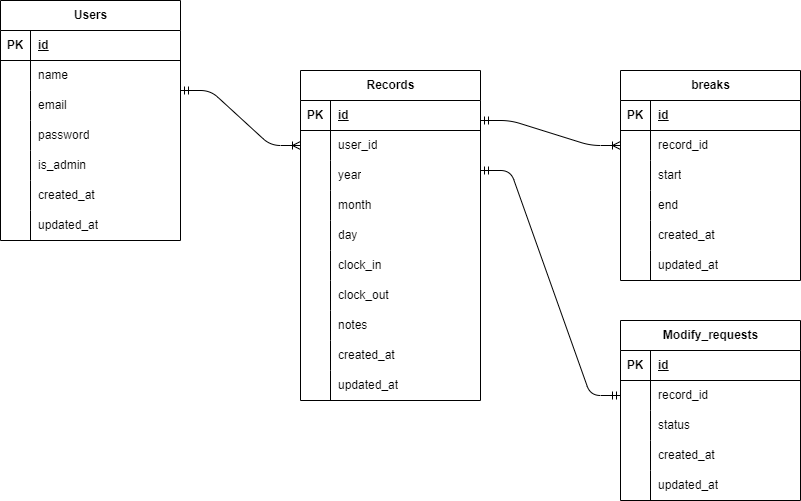
s-kiso/time-clock-system keeps this draw.io diagram as er.drawio.png. Above is the earlier version. Source tidied: cells renumbered, new cells last; positions are measured from the earlier drawing's top-left corner, leaving out a move shared by most shapes.
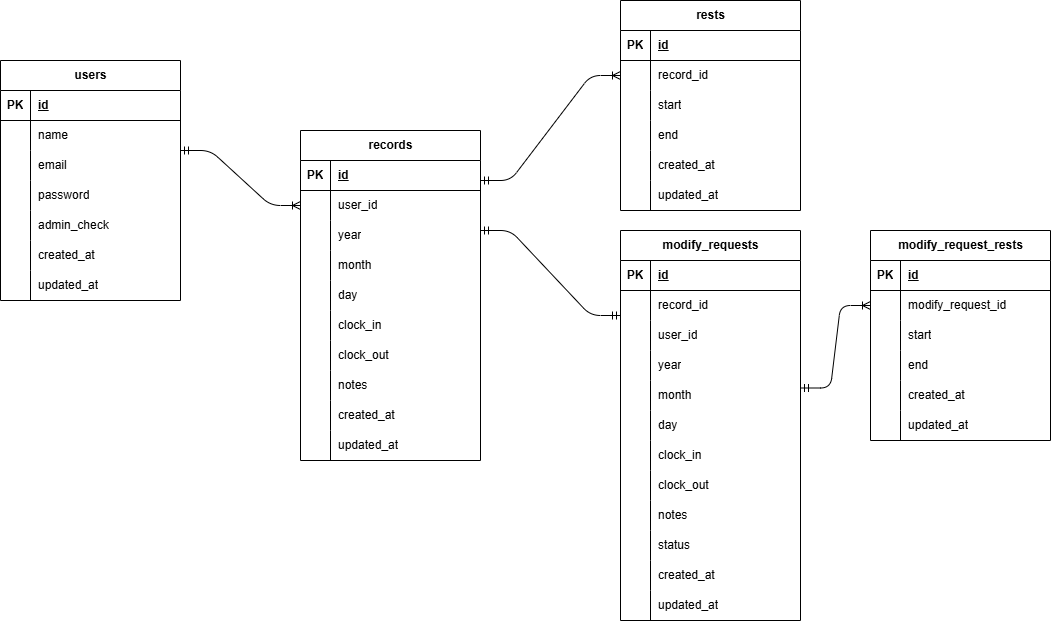
Above is the later version.

Commit message:
er図の更新、コード整理

What changed in the source:
```diff
@@ -2,7 +2,7 @@
   <root>
     <mxCell id="0" />
     <mxCell id="1" parent="0" />
-    <mxCell id="2" value="Users" style="shape=table;startSize=30;rowLines=0;fontStyle=1;align=center;html=1;" parent="1" vertex="1">
+    <mxCell id="2" value="users" style="shape=table;startSize=30;rowLines=0;fontStyle=1;align=center;html=1;" parent="1" vertex="1">
       <mxGeometry width="180" height="240" as="geometry" />
     </mxCell>
     <mxCell id="3" style="shape=tableRow;horizontal=0;startSize=0;swimlaneHead=0;swimlaneBody=0;fillColor=none;top=0;left=0;right=0;bottom=1;" parent="2" vertex="1">
@@ -47,7 +47,7 @@
     <mxCell id="16" style="shape=partialRectangle;fillColor=none;top=0;left=0;bottom=0;right=0;overflow=hidden;whiteSpace=wrap;html=1;" parent="15" vertex="1">
       <mxGeometry width="30" height="30" as="geometry" />
     </mxCell>
-    <mxCell id="17" value="is_admin" style="shape=partialRectangle;fillColor=none;top=0;left=0;bottom=0;right=0;align=left;spacingLeft=6;overflow=hidden;whiteSpace=wrap;html=1;" parent="15" vertex="1">
+    <mxCell id="17" value="admin_check" style="shape=partialRectangle;fillColor=none;top=0;left=0;bottom=0;right=0;align=left;spacingLeft=6;overflow=hidden;whiteSpace=wrap;html=1;" parent="15" vertex="1">
       <mxGeometry x="30" width="150" height="30" as="geometry" />
     </mxCell>
     <mxCell id="18" style="shape=tableRow;horizontal=0;startSize=0;swimlaneHead=0;swimlaneBody=0;fillColor=none;top=0;left=0;right=0;bottom=0;" parent="2" vertex="1">
@@ -68,7 +68,7 @@
     <mxCell id="23" value="updated_at" style="shape=partialRectangle;fillColor=none;top=0;left=0;bottom=0;right=0;align=left;spacingLeft=6;overflow=hidden;whiteSpace=wrap;html=1;" parent="21" vertex="1">
       <mxGeometry x="30" width="150" height="30" as="geometry" />
     </mxCell>
-    <mxCell id="24" value="Records" style="shape=table;startSize=30;rowLines=0;fontStyle=1;align=center;html=1;" parent="1" vertex="1">
+    <mxCell id="24" value="r&lt;span style=&quot;background-color: transparent;&quot;&gt;ecords&lt;/span&gt;" style="shape=table;startSize=30;rowLines=0;fontStyle=1;align=center;html=1;" parent="1" vertex="1">
       <mxGeometry x="300" y="70" width="180" height="330" as="geometry" />
     </mxCell>
     <mxCell id="25" style="shape=tableRow;horizontal=0;startSize=0;swimlaneHead=0;swimlaneBody=0;fillColor=none;top=0;left=0;right=0;bottom=1;" parent="24" vertex="1">
@@ -161,8 +161,8 @@
     <mxCell id="54" value="updated_at" style="shape=partialRectangle;fillColor=none;top=0;left=0;bottom=0;right=0;align=left;spacingLeft=6;overflow=hidden;whiteSpace=wrap;html=1;" parent="52" vertex="1">
       <mxGeometry x="30" width="150" height="30" as="geometry" />
     </mxCell>
-    <mxCell id="55" value="breaks" style="shape=table;startSize=30;rowLines=0;fontStyle=1;align=center;html=1;" parent="1" vertex="1">
-      <mxGeometry x="620" y="70" width="180" height="210" as="geometry" />
+    <mxCell id="55" value="rests" style="shape=table;startSize=30;rowLines=0;fontStyle=1;align=center;html=1;" parent="1" vertex="1">
+      <mxGeometry x="620" y="-60" width="180" height="210" as="geometry" />
     </mxCell>
     <mxCell id="56" style="shape=tableRow;horizontal=0;startSize=0;swimlaneHead=0;swimlaneBody=0;fillColor=none;top=0;left=0;right=0;bottom=1;" parent="55" vertex="1">
       <mxGeometry y="30" width="180" height="30" as="geometry" />
@@ -218,54 +218,6 @@
     <mxCell id="73" value="updated_at" style="shape=partialRectangle;fillColor=none;top=0;left=0;bottom=0;right=0;align=left;spacingLeft=6;overflow=hidden;whiteSpace=wrap;html=1;" parent="71" vertex="1">
       <mxGeometry x="30" width="150" height="30" as="geometry" />
     </mxCell>
-    <mxCell id="74" value="Modify_requests" style="shape=table;startSize=30;rowLines=0;fontStyle=1;align=center;html=1;" parent="1" vertex="1">
-      <mxGeometry x="620" y="320" width="180" height="180" as="geometry" />
-    </mxCell>
-    <mxCell id="75" style="shape=tableRow;horizontal=0;startSize=0;swimlaneHead=0;swimlaneBody=0;fillColor=none;top=0;left=0;right=0;bottom=1;" parent="74" vertex="1">
-      <mxGeometry y="30" width="180" height="30" as="geometry" />
-    </mxCell>
-    <mxCell id="76" value="PK" style="shape=partialRectangle;fillColor=none;top=0;left=0;bottom=0;right=0;fontStyle=1;overflow=hidden;whiteSpace=wrap;html=1;" parent="75" vertex="1">
-      <mxGeometry width="30" height="30" as="geometry" />
-    </mxCell>
-    <mxCell id="77" value="id" style="shape=partialRectangle;fillColor=none;top=0;left=0;bottom=0;right=0;align=left;spacingLeft=6;fontStyle=5;overflow=hidden;whiteSpace=wrap;html=1;" parent="75" vertex="1">
-      <mxGeometry x="30" width="150" height="30" as="geometry" />
-    </mxCell>
-    <mxCell id="78" style="shape=tableRow;horizontal=0;startSize=0;swimlaneHead=0;swimlaneBody=0;fillColor=none;points=[[0,0.5],[1,0.5]];portConstraint=eastwest;top=0;left=0;right=0;bottom=0;" parent="74" vertex="1">
-      <mxGeometry y="60" width="180" height="30" as="geometry" />
-    </mxCell>
-    <mxCell id="79" style="shape=partialRectangle;fillColor=none;top=0;left=0;bottom=0;right=0;overflow=hidden;whiteSpace=wrap;html=1;" parent="78" vertex="1">
-      <mxGeometry width="30" height="30" as="geometry" />
-    </mxCell>
-    <mxCell id="80" value="record_id" style="shape=partialRectangle;fillColor=none;top=0;left=0;bottom=0;right=0;align=left;spacingLeft=6;overflow=hidden;whiteSpace=wrap;html=1;" parent="78" vertex="1">
-      <mxGeometry x="30" width="150" height="30" as="geometry" />
-    </mxCell>
-    <mxCell id="81" style="shape=tableRow;horizontal=0;startSize=0;swimlaneHead=0;swimlaneBody=0;fillColor=none;top=0;left=0;right=0;bottom=0;" parent="74" vertex="1">
-      <mxGeometry y="90" width="180" height="30" as="geometry" />
-    </mxCell>
-    <mxCell id="82" style="shape=partialRectangle;fillColor=none;top=0;left=0;bottom=0;right=0;overflow=hidden;whiteSpace=wrap;html=1;" parent="81" vertex="1">
-      <mxGeometry width="30" height="30" as="geometry" />
-    </mxCell>
-    <mxCell id="83" value="status" style="shape=partialRectangle;fillColor=none;top=0;left=0;bottom=0;right=0;align=left;spacingLeft=6;overflow=hidden;whiteSpace=wrap;html=1;" parent="81" vertex="1">
-      <mxGeometry x="30" width="150" height="30" as="geometry" />
-    </mxCell>
-    <mxCell id="84" style="shape=tableRow;horizontal=0;startSize=0;swimlaneHead=0;swimlaneBody=0;fillColor=none;top=0;left=0;right=0;bottom=0;" parent="74" vertex="1">
-      <mxGeometry y="120" width="180" height="30" as="geometry" />
-    </mxCell>
-    <mxCell id="85" style="shape=partialRectangle;fillColor=none;top=0;left=0;bottom=0;right=0;overflow=hidden;whiteSpace=wrap;html=1;" parent="84" vertex="1">
-      <mxGeometry width="30" height="30" as="geometry" />
-    </mxCell>
-    <mxCell id="86" value="created_at" style="shape=partialRectangle;fillColor=none;top=0;left=0;bottom=0;right=0;align=left;spacingLeft=6;overflow=hidden;whiteSpace=wrap;html=1;" parent="84" vertex="1">
-      <mxGeometry x="30" width="150" height="30" as="geometry" />
-    </mxCell>
-    <mxCell id="87" style="shape=tableRow;horizontal=0;startSize=0;swimlaneHead=0;swimlaneBody=0;fillColor=none;top=0;left=0;right=0;bottom=0;" parent="74" vertex="1">
-      <mxGeometry y="150" width="180" height="30" as="geometry" />
-    </mxCell>
-    <mxCell id="88" style="shape=partialRectangle;fillColor=none;top=0;left=0;bottom=0;right=0;overflow=hidden;whiteSpace=wrap;html=1;" parent="87" vertex="1">
-      <mxGeometry width="30" height="30" as="geometry" />
-    </mxCell>
-    <mxCell id="89" value="updated_at" style="shape=partialRectangle;fillColor=none;top=0;left=0;bottom=0;right=0;align=left;spacingLeft=6;overflow=hidden;whiteSpace=wrap;html=1;" parent="87" vertex="1">
-      <mxGeometry x="30" width="150" height="30" as="geometry" />
-    </mxCell>
     <mxCell id="90" style="edgeStyle=entityRelationEdgeStyle;fontSize=12;html=1;endArrow=ERoneToMany;startArrow=ERmandOne;entryX=0;entryY=0.5;entryDx=0;entryDy=0;" parent="1" edge="1" target="28">
       <mxGeometry relative="1" as="geometry">
         <mxPoint x="180" y="90" as="sourcePoint" />
@@ -276,10 +228,184 @@
         <mxPoint x="480" y="120" as="sourcePoint" />
       </mxGeometry>
     </mxCell>
-    <mxCell id="92" style="edgeStyle=entityRelationEdgeStyle;fontSize=12;html=1;endArrow=ERmandOne;startArrow=ERmandOne;entryX=0;entryY=0.5;entryDx=0;entryDy=0;" parent="1" edge="1" target="78">
+    <mxCell id="92" style="edgeStyle=entityRelationEdgeStyle;fontSize=12;html=1;endArrow=ERmandOne;startArrow=ERmandOne;entryX=0;entryY=0.5;entryDx=0;entryDy=0;" parent="1" edge="1">
       <mxGeometry relative="1" as="geometry">
         <mxPoint x="480" y="170" as="sourcePoint" />
+        <mxPoint x="620" y="255" as="targetPoint" />
       </mxGeometry>
     </mxCell>
+    <mxCell id="93" value="modify_requests" style="shape=table;startSize=30;rowLines=0;fontStyle=1;align=center;html=1;" parent="1" vertex="1">
+      <mxGeometry x="620" y="170" width="180" height="390" as="geometry" />
+    </mxCell>
+    <mxCell id="94" style="shape=tableRow;horizontal=0;startSize=0;swimlaneHead=0;swimlaneBody=0;fillColor=none;top=0;left=0;right=0;bottom=1;" parent="93" vertex="1">
+      <mxGeometry y="30" width="180" height="30" as="geometry" />
+    </mxCell>
+    <mxCell id="95" value="PK" style="shape=partialRectangle;fillColor=none;top=0;left=0;bottom=0;right=0;fontStyle=1;overflow=hidden;whiteSpace=wrap;html=1;" parent="94" vertex="1">
+      <mxGeometry width="30" height="30" as="geometry" />
+    </mxCell>
+    <mxCell id="96" value="id" style="shape=partialRectangle;fillColor=none;top=0;left=0;bottom=0;right=0;align=left;spacingLeft=6;fontStyle=5;overflow=hidden;whiteSpace=wrap;html=1;" parent="94" vertex="1">
+      <mxGeometry x="30" width="150" height="30" as="geometry" />
+    </mxCell>
+    <mxCell id="97" style="shape=tableRow;horizontal=0;startSize=0;swimlaneHead=0;swimlaneBody=0;fillColor=none;top=0;left=0;right=0;bottom=0;" parent="93" vertex="1">
+      <mxGeometry y="60" width="180" height="30" as="geometry" />
+    </mxCell>
+    <mxCell id="98" style="shape=partialRectangle;fillColor=none;top=0;left=0;bottom=0;right=0;overflow=hidden;whiteSpace=wrap;html=1;" parent="97" vertex="1">
+      <mxGeometry width="30" height="30" as="geometry" />
+    </mxCell>
+    <mxCell id="80" value="record_id" style="shape=partialRectangle;fillColor=none;top=0;left=0;bottom=0;right=0;align=left;spacingLeft=6;overflow=hidden;whiteSpace=wrap;html=1;" parent="97" vertex="1">
+      <mxGeometry x="30" width="150" height="30" as="geometry" />
+    </mxCell>
+    <mxCell id="99" style="shape=tableRow;horizontal=0;startSize=0;swimlaneHead=0;swimlaneBody=0;fillColor=none;top=0;left=0;right=0;bottom=0;" parent="93" vertex="1">
+      <mxGeometry y="90" width="180" height="30" as="geometry" />
+    </mxCell>
+    <mxCell id="100" style="shape=partialRectangle;fillColor=none;top=0;left=0;bottom=0;right=0;overflow=hidden;whiteSpace=wrap;html=1;" parent="99" vertex="1">
+      <mxGeometry width="30" height="30" as="geometry" />
+    </mxCell>
+    <mxCell id="101" value="user_id" style="shape=partialRectangle;fillColor=none;top=0;left=0;bottom=0;right=0;align=left;spacingLeft=6;overflow=hidden;whiteSpace=wrap;html=1;" parent="99" vertex="1">
+      <mxGeometry x="30" width="150" height="30" as="geometry" />
+    </mxCell>
+    <mxCell id="102" style="shape=tableRow;horizontal=0;startSize=0;swimlaneHead=0;swimlaneBody=0;fillColor=none;top=0;left=0;right=0;bottom=0;" parent="93" vertex="1">
+      <mxGeometry y="120" width="180" height="30" as="geometry" />
+    </mxCell>
+    <mxCell id="103" style="shape=partialRectangle;fillColor=none;top=0;left=0;bottom=0;right=0;overflow=hidden;whiteSpace=wrap;html=1;" parent="102" vertex="1">
+      <mxGeometry width="30" height="30" as="geometry" />
+    </mxCell>
+    <mxCell id="104" value="year" style="shape=partialRectangle;fillColor=none;top=0;left=0;bottom=0;right=0;align=left;spacingLeft=6;overflow=hidden;whiteSpace=wrap;html=1;" parent="102" vertex="1">
+      <mxGeometry x="30" width="150" height="30" as="geometry" />
+    </mxCell>
+    <mxCell id="105" style="shape=tableRow;horizontal=0;startSize=0;swimlaneHead=0;swimlaneBody=0;fillColor=none;top=0;left=0;right=0;bottom=0;" parent="93" vertex="1">
+      <mxGeometry y="150" width="180" height="30" as="geometry" />
+    </mxCell>
+    <mxCell id="106" style="shape=partialRectangle;fillColor=none;top=0;left=0;bottom=0;right=0;overflow=hidden;whiteSpace=wrap;html=1;" parent="105" vertex="1">
+      <mxGeometry width="30" height="30" as="geometry" />
+    </mxCell>
+    <mxCell id="107" value="month" style="shape=partialRectangle;fillColor=none;top=0;left=0;bottom=0;right=0;align=left;spacingLeft=6;overflow=hidden;whiteSpace=wrap;html=1;" parent="105" vertex="1">
+      <mxGeometry x="30" width="150" height="30" as="geometry" />
+    </mxCell>
+    <mxCell id="108" style="shape=tableRow;horizontal=0;startSize=0;swimlaneHead=0;swimlaneBody=0;fillColor=none;top=0;left=0;right=0;bottom=0;" parent="93" vertex="1">
+      <mxGeometry y="180" width="180" height="30" as="geometry" />
+    </mxCell>
+    <mxCell id="109" style="shape=partialRectangle;fillColor=none;top=0;left=0;bottom=0;right=0;overflow=hidden;whiteSpace=wrap;html=1;" parent="108" vertex="1">
+      <mxGeometry width="30" height="30" as="geometry" />
+    </mxCell>
+    <mxCell id="110" value="day" style="shape=partialRectangle;fillColor=none;top=0;left=0;bottom=0;right=0;align=left;spacingLeft=6;overflow=hidden;whiteSpace=wrap;html=1;" parent="108" vertex="1">
+      <mxGeometry x="30" width="150" height="30" as="geometry" />
+    </mxCell>
+    <mxCell id="111" style="shape=tableRow;horizontal=0;startSize=0;swimlaneHead=0;swimlaneBody=0;fillColor=none;top=0;left=0;right=0;bottom=0;" parent="93" vertex="1">
+      <mxGeometry y="210" width="180" height="30" as="geometry" />
+    </mxCell>
+    <mxCell id="112" style="shape=partialRectangle;fillColor=none;top=0;left=0;bottom=0;right=0;overflow=hidden;whiteSpace=wrap;html=1;" parent="111" vertex="1">
+      <mxGeometry width="30" height="30" as="geometry" />
+    </mxCell>
+    <mxCell id="113" value="clock_in" style="shape=partialRectangle;fillColor=none;top=0;left=0;bottom=0;right=0;align=left;spacingLeft=6;overflow=hidden;whiteSpace=wrap;html=1;" parent="111" vertex="1">
+      <mxGeometry x="30" width="150" height="30" as="geometry" />
+    </mxCell>
+    <mxCell id="114" style="shape=tableRow;horizontal=0;startSize=0;swimlaneHead=0;swimlaneBody=0;fillColor=none;top=0;left=0;right=0;bottom=0;" parent="93" vertex="1">
+      <mxGeometry y="240" width="180" height="30" as="geometry" />
+    </mxCell>
+    <mxCell id="115" style="shape=partialRectangle;fillColor=none;top=0;left=0;bottom=0;right=0;overflow=hidden;whiteSpace=wrap;html=1;" parent="114" vertex="1">
+      <mxGeometry width="30" height="30" as="geometry" />
+    </mxCell>
+    <mxCell id="116" value="clock_out" style="shape=partialRectangle;fillColor=none;top=0;left=0;bottom=0;right=0;align=left;spacingLeft=6;overflow=hidden;whiteSpace=wrap;html=1;" parent="114" vertex="1">
+      <mxGeometry x="30" width="150" height="30" as="geometry" />
+    </mxCell>
+    <mxCell id="117" style="shape=tableRow;horizontal=0;startSize=0;swimlaneHead=0;swimlaneBody=0;fillColor=none;top=0;left=0;right=0;bottom=0;" parent="93" vertex="1">
+      <mxGeometry y="270" width="180" height="30" as="geometry" />
+    </mxCell>
+    <mxCell id="118" style="shape=partialRectangle;fillColor=none;top=0;left=0;bottom=0;right=0;overflow=hidden;whiteSpace=wrap;html=1;" parent="117" vertex="1">
+      <mxGeometry width="30" height="30" as="geometry" />
+    </mxCell>
+    <mxCell id="119" value="notes" style="shape=partialRectangle;fillColor=none;top=0;left=0;bottom=0;right=0;align=left;spacingLeft=6;overflow=hidden;whiteSpace=wrap;html=1;" parent="117" vertex="1">
+      <mxGeometry x="30" width="150" height="30" as="geometry" />
+    </mxCell>
+    <mxCell id="120" style="shape=tableRow;horizontal=0;startSize=0;swimlaneHead=0;swimlaneBody=0;fillColor=none;top=0;left=0;right=0;bottom=0;" parent="93" vertex="1">
+      <mxGeometry y="300" width="180" height="30" as="geometry" />
+    </mxCell>
+    <mxCell id="121" style="shape=partialRectangle;fillColor=none;top=0;left=0;bottom=0;right=0;overflow=hidden;whiteSpace=wrap;html=1;" parent="120" vertex="1">
+      <mxGeometry width="30" height="30" as="geometry" />
+    </mxCell>
+    <mxCell id="83" value="status" style="shape=partialRectangle;fillColor=none;top=0;left=0;bottom=0;right=0;align=left;spacingLeft=6;overflow=hidden;whiteSpace=wrap;html=1;" parent="120" vertex="1">
+      <mxGeometry x="30" width="150" height="30" as="geometry" />
+    </mxCell>
+    <mxCell id="122" style="shape=tableRow;horizontal=0;startSize=0;swimlaneHead=0;swimlaneBody=0;fillColor=none;top=0;left=0;right=0;bottom=0;" parent="93" vertex="1">
+      <mxGeometry y="330" width="180" height="30" as="geometry" />
+    </mxCell>
+    <mxCell id="123" style="shape=partialRectangle;fillColor=none;top=0;left=0;bottom=0;right=0;overflow=hidden;whiteSpace=wrap;html=1;" parent="122" vertex="1">
+      <mxGeometry width="30" height="30" as="geometry" />
+    </mxCell>
+    <mxCell id="124" value="created_at" style="shape=partialRectangle;fillColor=none;top=0;left=0;bottom=0;right=0;align=left;spacingLeft=6;overflow=hidden;whiteSpace=wrap;html=1;" parent="122" vertex="1">
+      <mxGeometry x="30" width="150" height="30" as="geometry" />
+    </mxCell>
+    <mxCell id="125" style="shape=tableRow;horizontal=0;startSize=0;swimlaneHead=0;swimlaneBody=0;fillColor=none;top=0;left=0;right=0;bottom=0;" parent="93" vertex="1">
+      <mxGeometry y="360" width="180" height="30" as="geometry" />
+    </mxCell>
+    <mxCell id="126" style="shape=partialRectangle;fillColor=none;top=0;left=0;bottom=0;right=0;overflow=hidden;whiteSpace=wrap;html=1;" parent="125" vertex="1">
+      <mxGeometry width="30" height="30" as="geometry" />
+    </mxCell>
+    <mxCell id="127" value="updated_at" style="shape=partialRectangle;fillColor=none;top=0;left=0;bottom=0;right=0;align=left;spacingLeft=6;overflow=hidden;whiteSpace=wrap;html=1;" parent="125" vertex="1">
+      <mxGeometry x="30" width="150" height="30" as="geometry" />
+    </mxCell>
+    <mxCell id="128" value="modify_request_rests" style="shape=table;startSize=30;rowLines=0;fontStyle=1;align=center;html=1;" parent="1" vertex="1">
+      <mxGeometry x="870" y="170" width="180" height="210" as="geometry" />
+    </mxCell>
+    <mxCell id="129" style="shape=tableRow;horizontal=0;startSize=0;swimlaneHead=0;swimlaneBody=0;fillColor=none;top=0;left=0;right=0;bottom=1;" parent="128" vertex="1">
+      <mxGeometry y="30" width="180" height="30" as="geometry" />
+    </mxCell>
+    <mxCell id="130" value="PK" style="shape=partialRectangle;fillColor=none;top=0;left=0;bottom=0;right=0;fontStyle=1;overflow=hidden;whiteSpace=wrap;html=1;" parent="129" vertex="1">
+      <mxGeometry width="30" height="30" as="geometry" />
+    </mxCell>
+    <mxCell id="131" value="id" style="shape=partialRectangle;fillColor=none;top=0;left=0;bottom=0;right=0;align=left;spacingLeft=6;fontStyle=5;overflow=hidden;whiteSpace=wrap;html=1;" parent="129" vertex="1">
+      <mxGeometry x="30" width="150" height="30" as="geometry" />
+    </mxCell>
+    <mxCell id="132" style="shape=tableRow;horizontal=0;startSize=0;swimlaneHead=0;swimlaneBody=0;fillColor=none;points=[[0,0.5],[1,0.5]];portConstraint=eastwest;top=0;left=0;right=0;bottom=0;" parent="128" vertex="1">
+      <mxGeometry y="60" width="180" height="30" as="geometry" />
+    </mxCell>
+    <mxCell id="133" style="shape=partialRectangle;fillColor=none;top=0;left=0;bottom=0;right=0;overflow=hidden;whiteSpace=wrap;html=1;" parent="132" vertex="1">
+      <mxGeometry width="30" height="30" as="geometry" />
+    </mxCell>
+    <mxCell id="134" value="modify_request_id" style="shape=partialRectangle;fillColor=none;top=0;left=0;bottom=0;right=0;align=left;spacingLeft=6;overflow=hidden;whiteSpace=wrap;html=1;" parent="132" vertex="1">
+      <mxGeometry x="30" width="150" height="30" as="geometry" />
+    </mxCell>
+    <mxCell id="135" style="shape=tableRow;horizontal=0;startSize=0;swimlaneHead=0;swimlaneBody=0;fillColor=none;top=0;left=0;right=0;bottom=0;" parent="128" vertex="1">
+      <mxGeometry y="90" width="180" height="30" as="geometry" />
+    </mxCell>
+    <mxCell id="136" style="shape=partialRectangle;fillColor=none;top=0;left=0;bottom=0;right=0;overflow=hidden;whiteSpace=wrap;html=1;" parent="135" vertex="1">
+      <mxGeometry width="30" height="30" as="geometry" />
+    </mxCell>
+    <mxCell id="137" value="start" style="shape=partialRectangle;fillColor=none;top=0;left=0;bottom=0;right=0;align=left;spacingLeft=6;overflow=hidden;whiteSpace=wrap;html=1;" parent="135" vertex="1">
+      <mxGeometry x="30" width="150" height="30" as="geometry" />
+    </mxCell>
+    <mxCell id="138" style="shape=tableRow;horizontal=0;startSize=0;swimlaneHead=0;swimlaneBody=0;fillColor=none;top=0;left=0;right=0;bottom=0;" parent="128" vertex="1">
+      <mxGeometry y="120" width="180" height="30" as="geometry" />
+    </mxCell>
+    <mxCell id="139" style="shape=partialRectangle;fillColor=none;top=0;left=0;bottom=0;right=0;overflow=hidden;whiteSpace=wrap;html=1;" parent="138" vertex="1">
+      <mxGeometry width="30" height="30" as="geometry" />
+    </mxCell>
+    <mxCell id="140" value="end" style="shape=partialRectangle;fillColor=none;top=0;left=0;bottom=0;right=0;align=left;spacingLeft=6;overflow=hidden;whiteSpace=wrap;html=1;" parent="138" vertex="1">
+      <mxGeometry x="30" width="150" height="30" as="geometry" />
+    </mxCell>
+    <mxCell id="141" style="shape=tableRow;horizontal=0;startSize=0;swimlaneHead=0;swimlaneBody=0;fillColor=none;top=0;left=0;right=0;bottom=0;" parent="128" vertex="1">
+      <mxGeometry y="150" width="180" height="30" as="geometry" />
+    </mxCell>
+    <mxCell id="142" style="shape=partialRectangle;fillColor=none;top=0;left=0;bottom=0;right=0;overflow=hidden;whiteSpace=wrap;html=1;" parent="141" vertex="1">
+      <mxGeometry width="30" height="30" as="geometry" />
+    </mxCell>
+    <mxCell id="143" value="created_at" style="shape=partialRectangle;fillColor=none;top=0;left=0;bottom=0;right=0;align=left;spacingLeft=6;overflow=hidden;whiteSpace=wrap;html=1;" parent="141" vertex="1">
+      <mxGeometry x="30" width="150" height="30" as="geometry" />
+    </mxCell>
+    <mxCell id="144" style="shape=tableRow;horizontal=0;startSize=0;swimlaneHead=0;swimlaneBody=0;fillColor=none;top=0;left=0;right=0;bottom=0;" parent="128" vertex="1">
+      <mxGeometry y="180" width="180" height="30" as="geometry" />
+    </mxCell>
+    <mxCell id="145" style="shape=partialRectangle;fillColor=none;top=0;left=0;bottom=0;right=0;overflow=hidden;whiteSpace=wrap;html=1;" parent="144" vertex="1">
+      <mxGeometry width="30" height="30" as="geometry" />
+    </mxCell>
+    <mxCell id="146" value="updated_at" style="shape=partialRectangle;fillColor=none;top=0;left=0;bottom=0;right=0;align=left;spacingLeft=6;overflow=hidden;whiteSpace=wrap;html=1;" parent="144" vertex="1">
+      <mxGeometry x="30" width="150" height="30" as="geometry" />
+    </mxCell>
+    <mxCell id="147" style="edgeStyle=entityRelationEdgeStyle;fontSize=12;html=1;endArrow=ERoneToMany;startArrow=ERmandOne;entryX=0;entryY=0.5;entryDx=0;entryDy=0;" parent="1" edge="1" target="132">
+      <mxGeometry relative="1" as="geometry">
+        <mxPoint x="800" y="327.5" as="sourcePoint" />
+      </mxGeometry>
+    </mxCell>
   </root>
 </mxGraphModel>
```
